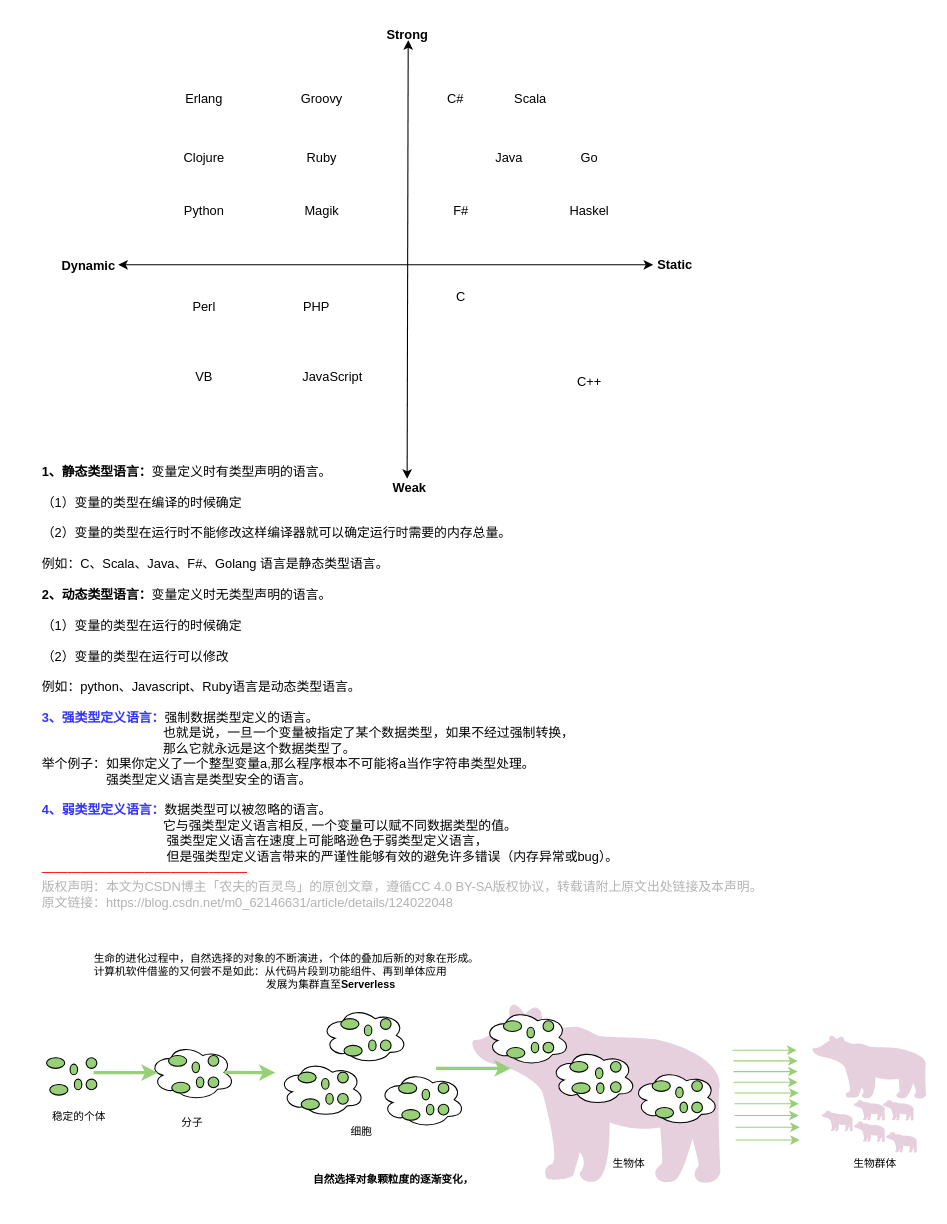
Before: 各语言变量类型区别.drawio in UTOUUCENTER-CD/draw.io, a draw.io diagram. Source tidied: cells renumbered, new cells numbered last; positions are measured from the earlier drawing's top-left corner, leaving out a move shared by most shapes. Both pictures are drawn from the tidied source at 107%, with x=0, y=0 at pixel (35, 18).
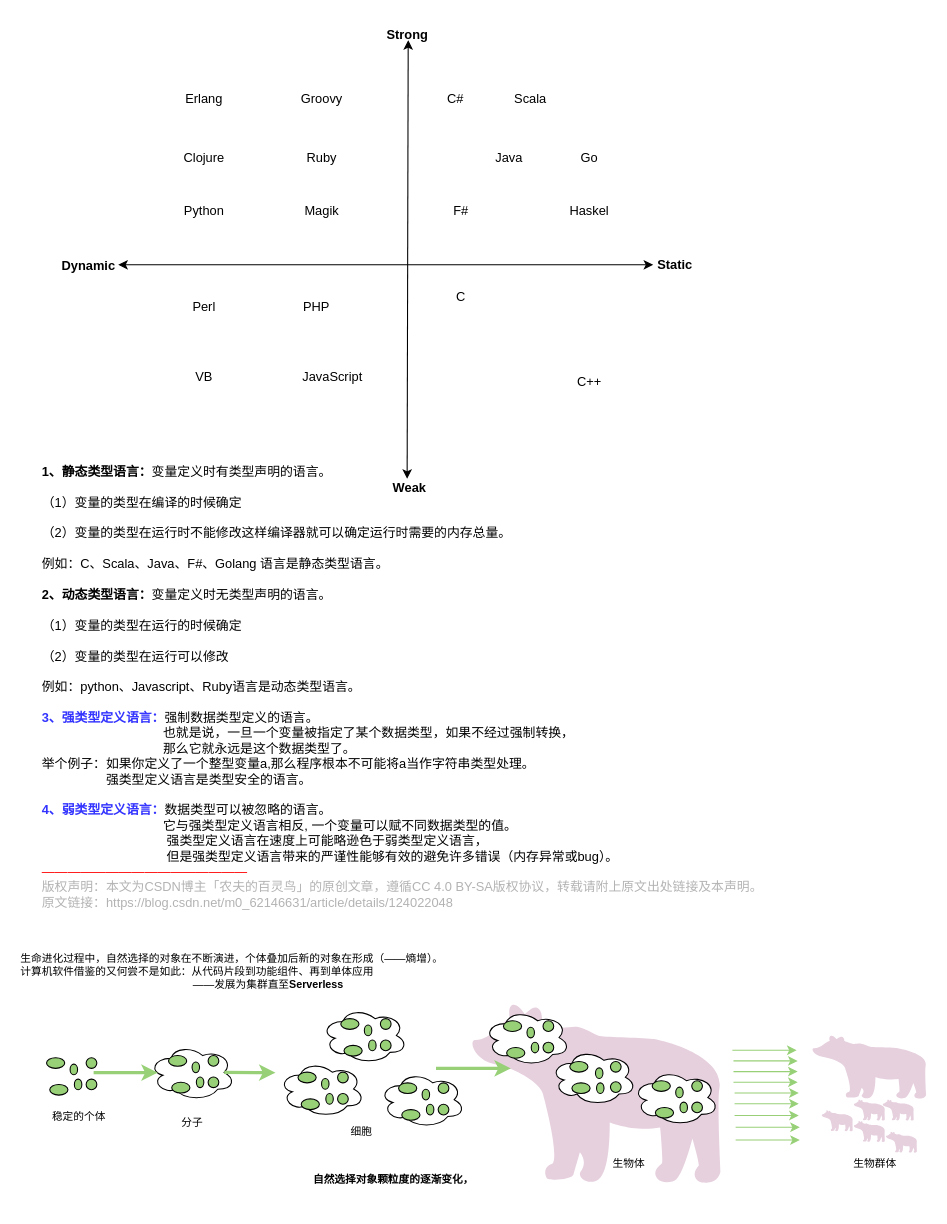
Above is the later version.

Commit message:
更新各语言变量类型区别.drawio

What changed in the source:
```diff
@@
-    <mxCell id="28" value="&lt;div style=&quot;text-align: left;&quot;&gt;&lt;span style=&quot;color: rgb(0, 0, 0); background-color: initial;&quot;&gt;生命的进化过程中，自然选择的对象的不断演进，个体的叠加后新的对象在形成。&lt;/span&gt;&lt;/div&gt;&lt;font color=&quot;#000000&quot;&gt;&lt;div style=&quot;text-align: left;&quot;&gt;&lt;span style=&quot;background-color: initial;&quot;&gt;计算机软件借鉴的又何尝不是如此：从代码片段到功能组件、再到单体应用&lt;/span&gt;&lt;/div&gt;&lt;div style=&quot;text-align: left;&quot;&gt;&lt;span style=&quot;background-color: initial;&quot;&gt;&amp;nbsp; &amp;nbsp; &amp;nbsp; &amp;nbsp; &amp;nbsp; &amp;nbsp; &amp;nbsp; &amp;nbsp; &amp;nbsp; &amp;nbsp; &amp;nbsp; &amp;nbsp; &amp;nbsp; &amp;nbsp; &amp;nbsp; &amp;nbsp; &amp;nbsp; &amp;nbsp; &amp;nbsp; &amp;nbsp; &amp;nbsp; &amp;nbsp; &amp;nbsp; &amp;nbsp; &amp;nbsp; &amp;nbsp; &amp;nbsp; &amp;nbsp; &amp;nbsp; 发展为集群直至&lt;/span&gt;&lt;b style=&quot;background-color: initial;&quot;&gt;Serverless&lt;/b&gt;&lt;/div&gt;&lt;/font&gt;" style="text;html=1;align=center;verticalAlign=middle;strokeColor=none;fillColor=none;fontSize=10;fontColor=#B3B3B3;" parent="1" vertex="1">
-      <mxGeometry x="4" y="860" width="460" height="60" as="geometry" />
+    <mxCell id="28" value="&lt;div style=&quot;&quot;&gt;&lt;span style=&quot;color: rgb(0, 0, 0); background-color: initial;&quot;&gt;生命进化过程中，自然选择的对象在不断演进，个体叠加后新的对象在形成（——熵增）。&lt;/span&gt;&lt;/div&gt;&lt;font color=&quot;#000000&quot;&gt;&lt;div style=&quot;&quot;&gt;&lt;span style=&quot;background-color: initial;&quot;&gt;计算机软件借鉴的又何尝不是如此：从代码片段到功能组件、再到单体应用&lt;/span&gt;&lt;/div&gt;&lt;div style=&quot;&quot;&gt;&lt;span style=&quot;background-color: initial;&quot;&gt;&amp;nbsp; &amp;nbsp; &amp;nbsp; &amp;nbsp; &amp;nbsp; &amp;nbsp; &amp;nbsp; &amp;nbsp; &amp;nbsp; &amp;nbsp; &amp;nbsp; &amp;nbsp; &amp;nbsp; &amp;nbsp; &amp;nbsp; &amp;nbsp; &amp;nbsp; &amp;nbsp; &amp;nbsp; &amp;nbsp; &amp;nbsp; &amp;nbsp; &amp;nbsp; &amp;nbsp; &amp;nbsp; &amp;nbsp; &amp;nbsp; &amp;nbsp; &amp;nbsp; ——发展为集群直至&lt;/span&gt;&lt;b style=&quot;background-color: initial;&quot;&gt;Serverless&lt;/b&gt;&lt;/div&gt;&lt;/font&gt;" style="text;html=1;align=left;verticalAlign=middle;strokeColor=none;fillColor=none;fontSize=10;fontColor=#B3B3B3;" parent="1" vertex="1">
+      <mxGeometry x="-16" y="860" width="500" height="60" as="geometry" />
     </mxCell>
```
